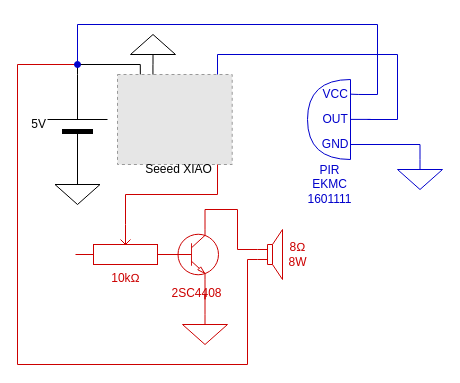
Before: xiao-rp2040-audioplayer.drawio in EugenDueck/xiao-rp2040-audio-player, a draw.io diagram. Source tidied: cells renumbered, new cells numbered last; positions are measured from the earlier drawing's top-left corner, leaving out a move shared by most shapes. Both pictures are drawn from the tidied source at 100%, with x=0, y=0 at pixel (17, 24). Pictures stored in the file or linked from it are replaced by grey dashed boxes.
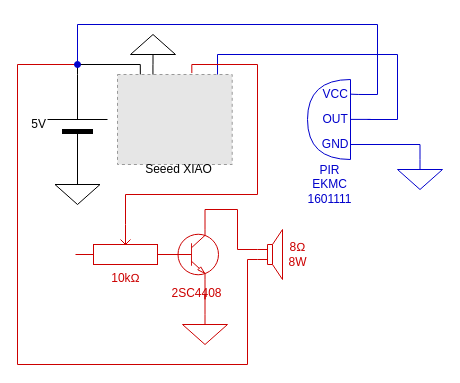
Above is the later version.

Commit message (it also covers changes not shown here):
reflect audio pin change to the other xiao side

The change refers to these unchanged cells:
```xml
<mxCell id="3" style="fillColor=#E6E6E6;strokeColor=#999999;dashed=1;" parent="1" vertex="1">
  <mxGeometry x="100" y="50" width="114.7" height="90" as="geometry" />
</mxCell>
<mxCell id="24" value="&lt;font color=&quot;#cc0000&quot;&gt;10kΩ&lt;/font&gt;" style="verticalLabelPosition=bottom;shadow=0;dashed=0;align=center;html=1;verticalAlign=top;shape=mxgraph.electrical.resistors.potentiometer_1;strokeColor=#CC0000;direction=west;" parent="1" vertex="1">
  <mxGeometry x="58" y="200" width="100" height="40" as="geometry" />
</mxCell>
```

The edit, as a diff of the source:
```diff
@@
-    <mxCell id="23" style="edgeStyle=orthogonalEdgeStyle;rounded=0;jettySize=auto;html=1;entryX=0.872;entryY=1;entryDx=0;entryDy=0;entryPerimeter=0;endArrow=none;endFill=0;strokeColor=#CC0000;" parent="1" edge="1" source="24" target="3">
-      <mxGeometry relative="1" as="geometry" />
+    <mxCell id="23" style="edgeStyle=orthogonalEdgeStyle;rounded=0;jettySize=auto;html=1;endArrow=none;endFill=0;strokeColor=#CC0000;entryX=0.648;entryY=-0.016;entryDx=0;entryDy=0;entryPerimeter=0;" parent="1" edge="1" source="24" target="3">
+      <mxGeometry relative="1" as="geometry">
+        <Array as="points">
+          <mxPoint x="108" y="170" />
+          <mxPoint x="240" y="170" />
+          <mxPoint x="240" y="40" />
+          <mxPoint x="174" y="40" />
+        </Array>
+      </mxGeometry>
     </mxCell>
```
